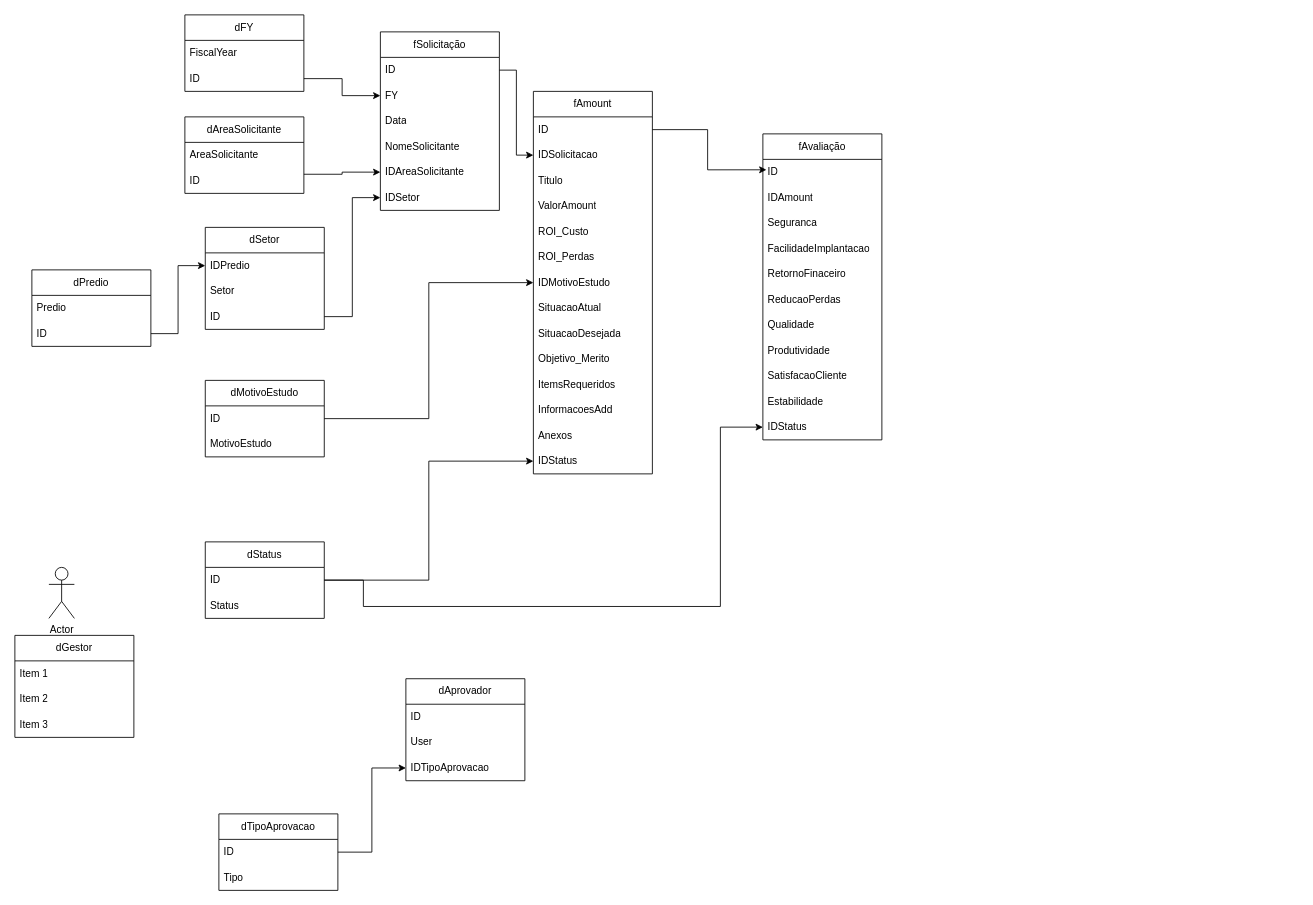
This is Diagrama sem nome.drawio from mota-samuel/dbSetRelasionships, a draw.io file, before an edit. Source tidied: cells renumbered, new cells numbered last; positions are measured from the earlier drawing's top-left corner, leaving out a move shared by most shapes. Both pictures are drawn from the tidied source at 85%, with x=0, y=0 at pixel (14, 14).
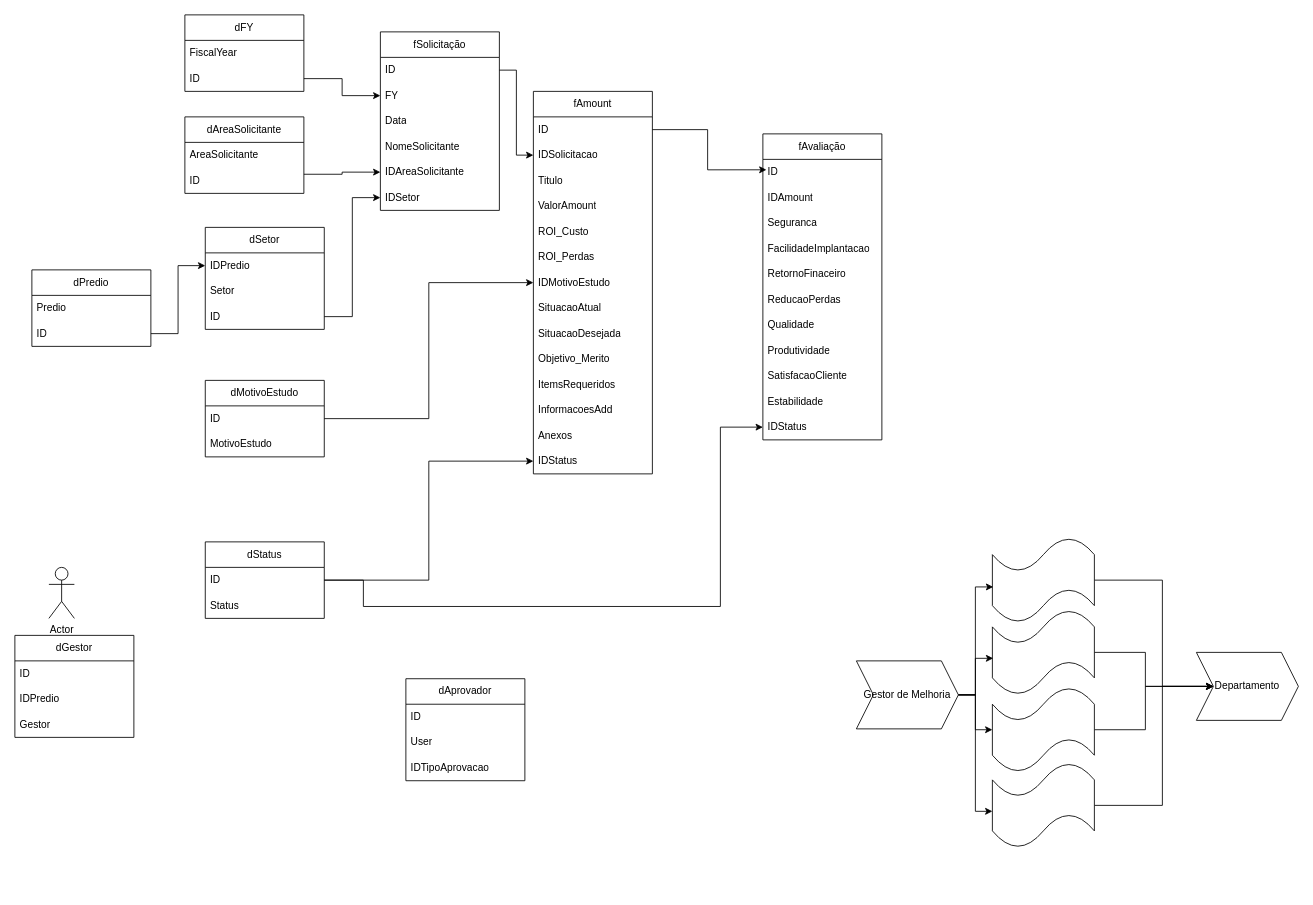
After the change.

The change refers to these unchanged cells:
```xml
<mxCell id="56" value="dGestor" style="swimlane;fontStyle=0;horizontal=1;startSize=30;whiteSpace=wrap;html=1;" parent="1" vertex="1">
  <mxGeometry y="730" width="140" height="120" as="geometry" />
</mxCell>
<mxCell id="63" value="IDTipoAprovacao" style="text;strokeColor=none;fillColor=none;align=left;verticalAlign=middle;spacingLeft=4;spacingRight=4;overflow=hidden;points=[[0,0.5],[1,0.5]];portConstraint=eastwest;whiteSpace=wrap;html=1;" parent="60" vertex="1">
  <mxGeometry y="90" width="140" height="30" as="geometry" />
</mxCell>
```

Diff of the diagram source:
```diff
@@
-    <mxCell id="57" value="Item 1" style="text;strokeColor=none;fillColor=none;align=left;verticalAlign=middle;spacingLeft=4;spacingRight=4;overflow=hidden;whiteSpace=wrap;html=1;" parent="56" vertex="1">
+    <mxCell id="57" value="ID" style="text;strokeColor=none;fillColor=none;align=left;verticalAlign=middle;spacingLeft=4;spacingRight=4;overflow=hidden;whiteSpace=wrap;html=1;" parent="56" vertex="1">
       <mxGeometry y="30" width="140" height="30" as="geometry" />
     </mxCell>
-    <mxCell id="58" value="Item 2" style="text;strokeColor=none;fillColor=none;align=left;verticalAlign=middle;spacingLeft=4;spacingRight=4;overflow=hidden;whiteSpace=wrap;html=1;" parent="56" vertex="1">
+    <mxCell id="58" value="IDPredio" style="text;strokeColor=none;fillColor=none;align=left;verticalAlign=middle;spacingLeft=4;spacingRight=4;overflow=hidden;whiteSpace=wrap;html=1;" parent="56" vertex="1">
       <mxGeometry y="60" width="140" height="30" as="geometry" />
     </mxCell>
-    <mxCell id="59" value="Item 3" style="text;strokeColor=none;fillColor=none;align=left;verticalAlign=middle;spacingLeft=4;spacingRight=4;overflow=hidden;whiteSpace=wrap;html=1;" parent="56" vertex="1">
+    <mxCell id="59" value="Gestor" style="text;strokeColor=none;fillColor=none;align=left;verticalAlign=middle;spacingLeft=4;spacingRight=4;overflow=hidden;whiteSpace=wrap;html=1;" parent="56" vertex="1">
       <mxGeometry y="90" width="140" height="30" as="geometry" />
     </mxCell>
@@
-    <mxCell id="64" value="dTipoAprovacao" style="swimlane;fontStyle=0;horizontal=1;startSize=30;whiteSpace=wrap;html=1;" parent="1" vertex="1">
-      <mxGeometry x="240" y="940" width="140" height="90" as="geometry" />
-    </mxCell>
-    <mxCell id="65" value="ID" style="text;strokeColor=none;fillColor=none;align=left;verticalAlign=middle;spacingLeft=4;spacingRight=4;overflow=hidden;points=[[0,0.5],[1,0.5]];portConstraint=eastwest;whiteSpace=wrap;html=1;" parent="64" vertex="1">
-      <mxGeometry y="30" width="140" height="30" as="geometry" />
-    </mxCell>
-    <mxCell id="66" value="Tipo" style="text;strokeColor=none;fillColor=none;align=left;verticalAlign=middle;spacingLeft=4;spacingRight=4;overflow=hidden;whiteSpace=wrap;html=1;" parent="64" vertex="1">
-      <mxGeometry y="60" width="140" height="30" as="geometry" />
-    </mxCell>
-    <mxCell id="67" style="edgeStyle=orthogonalEdgeStyle;rounded=0;jettySize=auto;html=1;exitX=1;exitY=0.5;exitDx=0;exitDy=0;defaultLabelBackgroundColor=gap;" parent="1" edge="1" source="65" target="63">
-      <mxGeometry relative="1" as="geometry" />
-    </mxCell>
@@
+    <mxCell id="77" value="Gestor de Melhoria" style="shape=step;perimeter=stepPerimeter;whiteSpace=wrap;html=1;shapeInside=1;fixedSize=1;" parent="1" vertex="1">
+      <mxGeometry x="990" y="760" width="120" height="80" as="geometry" />
+    </mxCell>
+    <mxCell id="78" value="Departamento" style="shape=step;perimeter=stepPerimeter;whiteSpace=wrap;html=1;shapeInside=1;fixedSize=1;" parent="1" vertex="1">
+      <mxGeometry x="1390" y="750" width="120" height="80" as="geometry" />
+    </mxCell>
+    <mxCell id="79" style="edgeStyle=orthogonalEdgeStyle;rounded=0;jettySize=auto;html=1;exitX=1;exitY=0.5;exitDx=0;exitDy=0;exitPerimeter=0;defaultLabelBackgroundColor=page;entryX=0;entryY=0.5;entryDx=0;entryDy=0;" parent="1" edge="1" source="80" target="78">
+      <mxGeometry relative="1" as="geometry">
+        <Array as="points">
+          <mxPoint x="1350" y="665" />
+          <mxPoint x="1350" y="790" />
+        </Array>
+      </mxGeometry>
+    </mxCell>
+    <mxCell id="80" style="shape=tape;whiteSpace=wrap;html=1;" parent="1" vertex="1">
+      <mxGeometry x="1150" y="615" width="120" height="100" as="geometry" />
+    </mxCell>
+    <mxCell id="81" style="edgeStyle=orthogonalEdgeStyle;rounded=0;jettySize=auto;html=1;exitX=1;exitY=0.5;exitDx=0;exitDy=0;exitPerimeter=0;entryX=0;entryY=0.5;entryDx=0;entryDy=0;defaultLabelBackgroundColor=page;" parent="1" edge="1" source="82" target="78">
+      <mxGeometry relative="1" as="geometry" />
+    </mxCell>
+    <mxCell id="82" style="shape=tape;whiteSpace=wrap;html=1;" parent="1" vertex="1">
+      <mxGeometry x="1150" y="700" width="120" height="100" as="geometry" />
+    </mxCell>
+    <mxCell id="83" style="edgeStyle=orthogonalEdgeStyle;rounded=0;jettySize=auto;html=1;exitX=1;exitY=0.5;exitDx=0;exitDy=0;exitPerimeter=0;entryX=0;entryY=0.5;entryDx=0;entryDy=0;defaultLabelBackgroundColor=page;" parent="1" edge="1" source="84" target="78">
+      <mxGeometry relative="1" as="geometry" />
+    </mxCell>
+    <mxCell id="84" style="shape=tape;whiteSpace=wrap;html=1;" parent="1" vertex="1">
+      <mxGeometry x="1150" y="791" width="120" height="100" as="geometry" />
+    </mxCell>
+    <mxCell id="85" style="edgeStyle=orthogonalEdgeStyle;rounded=0;jettySize=auto;html=1;exitX=1;exitY=0.5;exitDx=0;exitDy=0;exitPerimeter=0;entryX=0;entryY=0.5;entryDx=0;entryDy=0;defaultLabelBackgroundColor=page;" parent="1" edge="1" source="86" target="78">
+      <mxGeometry relative="1" as="geometry">
+        <Array as="points">
+          <mxPoint x="1350" y="930" />
+          <mxPoint x="1350" y="790" />
+        </Array>
+      </mxGeometry>
+    </mxCell>
+    <mxCell id="86" style="shape=tape;whiteSpace=wrap;html=1;" parent="1" vertex="1">
+      <mxGeometry x="1150" y="880" width="120" height="100" as="geometry" />
+    </mxCell>
+    <mxCell id="87" style="edgeStyle=orthogonalEdgeStyle;rounded=0;jettySize=auto;html=1;exitX=1;exitY=0.5;exitDx=0;exitDy=0;entryX=0.008;entryY=0.58;entryDx=0;entryDy=0;entryPerimeter=0;defaultLabelBackgroundColor=page;" parent="1" edge="1" source="77" target="80">
+      <mxGeometry relative="1" as="geometry" />
+    </mxCell>
+    <mxCell id="88" style="edgeStyle=orthogonalEdgeStyle;rounded=0;jettySize=auto;html=1;exitX=1;exitY=0.5;exitDx=0;exitDy=0;entryX=0.008;entryY=0.57;entryDx=0;entryDy=0;entryPerimeter=0;defaultLabelBackgroundColor=page;" parent="1" edge="1" source="77" target="82">
+      <mxGeometry relative="1" as="geometry" />
+    </mxCell>
+    <mxCell id="89" style="edgeStyle=orthogonalEdgeStyle;rounded=0;jettySize=auto;html=1;exitX=1;exitY=0.5;exitDx=0;exitDy=0;entryX=0;entryY=0.5;entryDx=0;entryDy=0;entryPerimeter=0;defaultLabelBackgroundColor=page;" parent="1" edge="1" source="77" target="84">
+      <mxGeometry relative="1" as="geometry" />
+    </mxCell>
+    <mxCell id="90" style="edgeStyle=orthogonalEdgeStyle;rounded=0;jettySize=auto;html=1;exitX=1;exitY=0.5;exitDx=0;exitDy=0;entryX=0;entryY=0.57;entryDx=0;entryDy=0;entryPerimeter=0;defaultLabelBackgroundColor=page;" parent="1" edge="1" source="77" target="86">
+      <mxGeometry relative="1" as="geometry" />
+    </mxCell>
```
